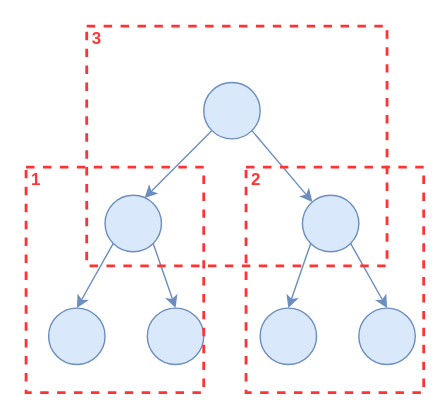
erlieStar/diagrams keeps this draw.io diagram as algorithm/堆排序-从倒数第二做heapify.drawio. Above is the earlier version. Source tidied: cells renumbered, new cells numbered last; positions are measured from the earlier drawing's top-left corner, leaving out a move shared by most shapes. Both pictures are drawn from the tidied source at 141%, with x=0, y=0 at pixel (25, 25).
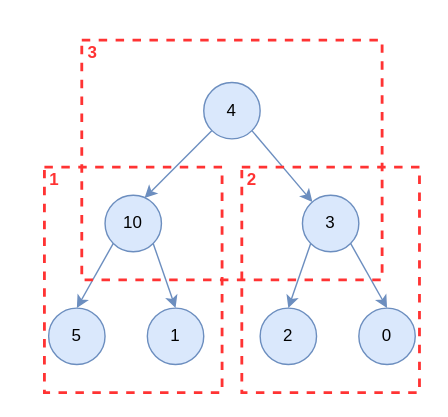
Above is the later version.

Commit message:
Update 堆排序-从倒数第二做heapify.drawio

Diff of the diagram source:
```diff
@@
 <mxGraphModel>
   <root>
     <mxCell id="0" />
     <mxCell id="1" parent="0" />
     <mxCell id="2" style="rounded=0;jettySize=auto;html=1;exitX=0;exitY=1;exitDx=0;exitDy=0;entryX=0.7;entryY=0.05;entryDx=0;entryDy=0;entryPerimeter=0;fillColor=#dae8fc;strokeColor=#6c8ebf;" parent="1" edge="1" source="4" target="7">
       <mxGeometry relative="1" as="geometry" />
     </mxCell>
     <mxCell id="3" style="edgeStyle=none;rounded=0;jettySize=auto;html=1;exitX=1;exitY=1;exitDx=0;exitDy=0;fillColor=#dae8fc;strokeColor=#6c8ebf;" parent="1" edge="1" source="4" target="10">
       <mxGeometry relative="1" as="geometry" />
     </mxCell>
-    <mxCell id="4" style="ellipse;whiteSpace=wrap;html=1;fillColor=#dae8fc;strokeColor=#6c8ebf;" parent="1" vertex="1">
+    <mxCell id="4" value="4" style="ellipse;whiteSpace=wrap;html=1;fillColor=#dae8fc;strokeColor=#6c8ebf;" parent="1" vertex="1">
       <mxGeometry x="126" y="40" width="40" height="40" as="geometry" />
     </mxCell>
     <mxCell id="5" style="edgeStyle=none;rounded=0;jettySize=auto;html=1;exitX=0;exitY=1;exitDx=0;exitDy=0;entryX=0.5;entryY=0;entryDx=0;entryDy=0;fillColor=#dae8fc;strokeColor=#6c8ebf;" parent="1" edge="1" source="7" target="11">
       <mxGeometry relative="1" as="geometry" />
     </mxCell>
     <mxCell id="6" style="edgeStyle=none;rounded=0;jettySize=auto;html=1;exitX=1;exitY=1;exitDx=0;exitDy=0;entryX=0.5;entryY=0;entryDx=0;entryDy=0;fillColor=#dae8fc;strokeColor=#6c8ebf;" parent="1" edge="1" source="7" target="12">
       <mxGeometry relative="1" as="geometry" />
     </mxCell>
-    <mxCell id="7" style="ellipse;whiteSpace=wrap;html=1;fillColor=#dae8fc;strokeColor=#6c8ebf;" parent="1" vertex="1">
+    <mxCell id="7" value="10" style="ellipse;whiteSpace=wrap;html=1;fillColor=#dae8fc;strokeColor=#6c8ebf;" parent="1" vertex="1">
       <mxGeometry x="56" y="120" width="40" height="40" as="geometry" />
     </mxCell>
     <mxCell id="8" style="edgeStyle=none;rounded=0;jettySize=auto;html=1;exitX=0;exitY=1;exitDx=0;exitDy=0;entryX=0.5;entryY=0;entryDx=0;entryDy=0;fillColor=#dae8fc;strokeColor=#6c8ebf;" parent="1" edge="1" source="10">
       <mxGeometry relative="1" as="geometry">
         <mxPoint x="186" y="200" as="targetPoint" />
       </mxGeometry>
     </mxCell>
     <mxCell id="9" style="rounded=0;jettySize=auto;html=1;exitX=1;exitY=1;exitDx=0;exitDy=0;entryX=0.5;entryY=0;entryDx=0;entryDy=0;fillColor=#dae8fc;strokeColor=#6c8ebf;" parent="1" edge="1" source="10" target="14">
       <mxGeometry relative="1" as="geometry" />
     </mxCell>
-    <mxCell id="10" style="ellipse;whiteSpace=wrap;html=1;fillColor=#dae8fc;strokeColor=#6c8ebf;" parent="1" vertex="1">
+    <mxCell id="10" value="3" style="ellipse;whiteSpace=wrap;html=1;fillColor=#dae8fc;strokeColor=#6c8ebf;" parent="1" vertex="1">
       <mxGeometry x="196" y="120" width="40" height="40" as="geometry" />
     </mxCell>
-    <mxCell id="11" style="ellipse;whiteSpace=wrap;html=1;fillColor=#dae8fc;strokeColor=#6c8ebf;" parent="1" vertex="1">
+    <mxCell id="11" value="5" style="ellipse;whiteSpace=wrap;html=1;fillColor=#dae8fc;strokeColor=#6c8ebf;" parent="1" vertex="1">
       <mxGeometry x="16" y="200" width="40" height="40" as="geometry" />
     </mxCell>
-    <mxCell id="12" style="ellipse;whiteSpace=wrap;html=1;fillColor=#dae8fc;strokeColor=#6c8ebf;" parent="1" vertex="1">
+    <mxCell id="12" value="1" style="ellipse;whiteSpace=wrap;html=1;fillColor=#dae8fc;strokeColor=#6c8ebf;" parent="1" vertex="1">
       <mxGeometry x="86" y="200" width="40" height="40" as="geometry" />
     </mxCell>
-    <mxCell id="13" style="ellipse;whiteSpace=wrap;html=1;fillColor=#dae8fc;strokeColor=#6c8ebf;" parent="1" vertex="1">
+    <mxCell id="13" value="2" style="ellipse;whiteSpace=wrap;html=1;fillColor=#dae8fc;strokeColor=#6c8ebf;" parent="1" vertex="1">
       <mxGeometry x="166" y="200" width="40" height="40" as="geometry" />
     </mxCell>
-    <mxCell id="14" style="ellipse;whiteSpace=wrap;html=1;fillColor=#dae8fc;strokeColor=#6c8ebf;" parent="1" vertex="1">
+    <mxCell id="14" value="0" style="ellipse;whiteSpace=wrap;html=1;fillColor=#dae8fc;strokeColor=#6c8ebf;" parent="1" vertex="1">
       <mxGeometry x="236" y="200" width="40" height="40" as="geometry" />
     </mxCell>
     <mxCell id="15" value="1" style="html=1;fontColor=#FF3333;fontStyle=1;align=left;verticalAlign=top;spacing=0;labelBorderColor=none;fillColor=none;dashed=1;strokeWidth=2;strokeColor=#FF3333;spacingLeft=4;spacingTop=-3;" parent="1" vertex="1">
-      <mxGeometry y="100" width="126" height="160" as="geometry" />
+      <mxGeometry x="13" y="100" width="126" height="160" as="geometry" />
     </mxCell>
     <mxCell id="16" value="2" style="html=1;fontColor=#FF3333;fontStyle=1;align=left;verticalAlign=top;spacing=0;labelBorderColor=none;fillColor=none;dashed=1;strokeWidth=2;strokeColor=#FF3333;spacingLeft=4;spacingTop=-3;" parent="1" vertex="1">
-      <mxGeometry x="156" y="100" width="126" height="160" as="geometry" />
+      <mxGeometry x="153" y="100" width="126" height="160" as="geometry" />
     </mxCell>
     <mxCell id="17" value="3" style="html=1;fontColor=#FF3333;fontStyle=1;align=left;verticalAlign=top;spacing=0;labelBorderColor=none;fillColor=none;dashed=1;strokeWidth=2;strokeColor=#FF3333;spacingLeft=4;spacingTop=-3;" parent="1" vertex="1">
-      <mxGeometry x="43" width="213" height="170" as="geometry" />
+      <mxGeometry x="39.5" y="10" width="213" height="170" as="geometry" />
     </mxCell>
   </root>
 </mxGraphModel>
```
